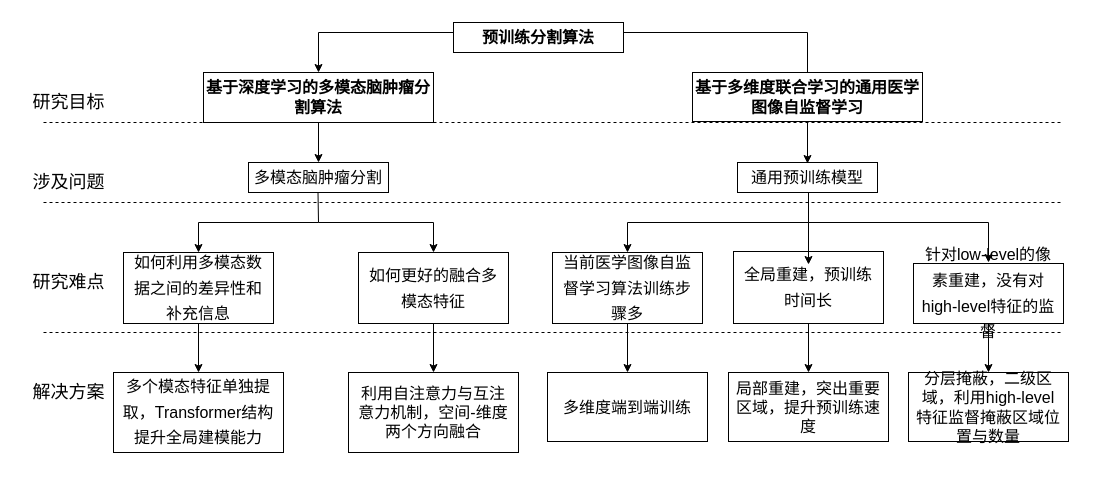
Before: Untitled Diagram.drawio in 920232796/test, a draw.io diagram. Source tidied: cells renumbered, new cells numbered last; positions are measured from the earlier drawing's top-left corner, leaving out a move shared by most shapes. Both pictures are drawn from the tidied source at 100%, with x=0, y=0 at pixel (23, 22).
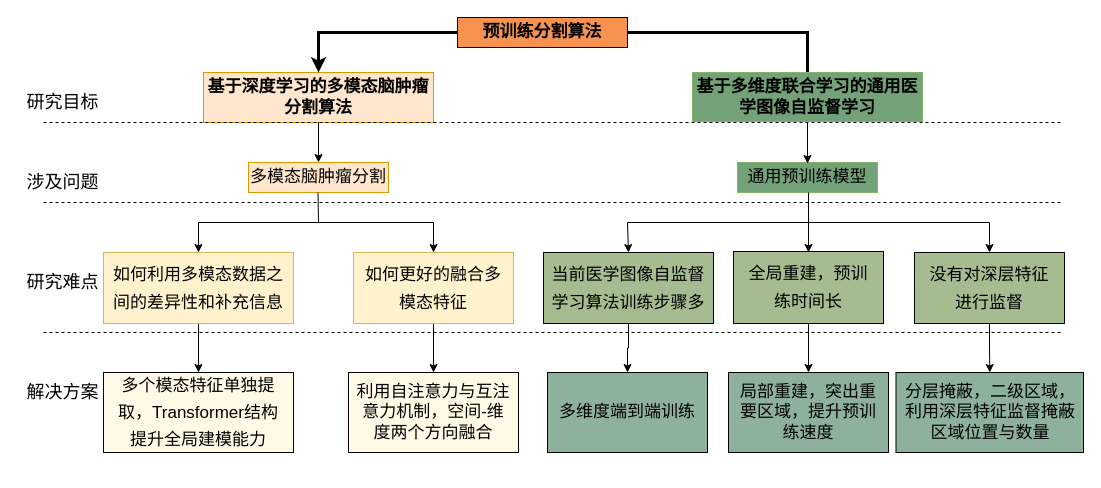
Above is the later version.

The edit, as a diff of the source:
```diff
@@
-    <mxCell id="2" value="&lt;b style=&quot;font-size: 16px;&quot;&gt;基于深度学习的多模态脑肿瘤分割算法&lt;/b&gt;" style="rounded=0;whiteSpace=wrap;html=1;fontSize=16;spacing=3;" parent="1" vertex="1">
+    <mxCell id="2" value="&lt;b style=&quot;font-size: 17px;&quot;&gt;基于深度学习的多模态脑肿瘤分割算法&lt;/b&gt;" style="rounded=0;whiteSpace=wrap;html=1;fontSize=17;spacing=3;fillColor=#ffe6cc;strokeColor=#d79b00;" parent="1" vertex="1">
       <mxGeometry x="180" y="50" width="230" height="50" as="geometry" />
     </mxCell>
-    <mxCell id="3" style="edgeStyle=orthogonalEdgeStyle;rounded=0;jettySize=auto;html=1;entryX=0.5;entryY=0;entryDx=0;entryDy=0;fontSize=16;" parent="1" edge="1" source="4" target="2">
+    <mxCell id="3" style="edgeStyle=orthogonalEdgeStyle;rounded=0;jettySize=auto;html=1;entryX=0.5;entryY=0;entryDx=0;entryDy=0;fontSize=17;strokeWidth=3;" parent="1" edge="1" source="4" target="2">
       <mxGeometry relative="1" as="geometry">
         <Array as="points">
           <mxPoint x="784" y="10" />
           <mxPoint x="295" y="10" />
         </Array>
       </mxGeometry>
     </mxCell>
-    <mxCell id="4" value="&lt;b style=&quot;font-size: 16px;&quot;&gt;基于多维度联合学习的通用医学图像自监督学习&lt;/b&gt;" style="rounded=0;whiteSpace=wrap;html=1;fontSize=16;spacing=3;" parent="1" vertex="1">
+    <mxCell id="4" value="&lt;b style=&quot;font-size: 17px;&quot;&gt;基于多维度联合学习的通用医学图像自监督学习&lt;/b&gt;" style="rounded=0;whiteSpace=wrap;html=1;fontSize=17;spacing=3;fillColor=#73A279;strokeColor=#82b366;" parent="1" vertex="1">
       <mxGeometry x="669" y="50" width="230" height="49" as="geometry" />
     </mxCell>
-    <mxCell id="5" style="endArrow=classic;html=1;rounded=0;fontSize=16;" parent="1" edge="1">
+    <mxCell id="5" style="endArrow=classic;html=1;rounded=0;fontSize=17;" parent="1" edge="1">
       <mxGeometry relative="1" as="geometry">
         <mxPoint x="295" y="100" as="sourcePoint" />
         <mxPoint x="295" y="140" as="targetPoint" />
       </mxGeometry>
     </mxCell>
-    <mxCell id="6" value="&lt;span style=&quot;font-size: 16px;&quot;&gt;多模态脑肿瘤分割&lt;/span&gt;" style="rounded=0;whiteSpace=wrap;html=1;fontSize=16;fontStyle=0;" parent="1" vertex="1">
+    <mxCell id="6" value="&lt;span style=&quot;font-size: 17px;&quot;&gt;多模态脑肿瘤分割&lt;/span&gt;" style="rounded=0;whiteSpace=wrap;html=1;fontSize=17;fontStyle=0;fillColor=#ffe6cc;strokeColor=#d79b00;" parent="1" vertex="1">
       <mxGeometry x="225" y="140" width="140" height="30" as="geometry" />
     </mxCell>
-    <mxCell id="7" value="&lt;span style=&quot;font-size: 16px;&quot;&gt;通用预训练模型&lt;/span&gt;" style="rounded=0;whiteSpace=wrap;html=1;fontSize=16;fontStyle=0;" parent="1" vertex="1">
+    <mxCell id="7" value="&lt;span style=&quot;font-size: 17px;&quot;&gt;通用预训练模型&lt;/span&gt;" style="rounded=0;whiteSpace=wrap;html=1;fontSize=17;fontStyle=0;fillColor=#73A279;strokeColor=#82b366;" parent="1" vertex="1">
       <mxGeometry x="714" y="140" width="140" height="30" as="geometry" />
     </mxCell>
-    <mxCell id="8" style="endArrow=classic;html=1;rounded=0;fontSize=16;" parent="1" edge="1">
+    <mxCell id="8" style="endArrow=classic;html=1;rounded=0;fontSize=17;" parent="1" edge="1">
       <mxGeometry relative="1" as="geometry">
         <mxPoint x="784" y="100" as="sourcePoint" />
         <mxPoint x="784" y="141" as="targetPoint" />
       </mxGeometry>
     </mxCell>
-    <mxCell id="9" style="endArrow=classic;html=1;rounded=0;fontSize=16;entryX=0.5;entryY=0;entryDx=0;entryDy=0;" parent="1" edge="1" target="11">
+    <mxCell id="9" style="endArrow=classic;html=1;rounded=0;fontSize=17;entryX=0.5;entryY=0;entryDx=0;entryDy=0;" parent="1" edge="1" target="11">
       <mxGeometry relative="1" as="geometry">
         <mxPoint x="294.5" y="170" as="sourcePoint" />
         <Array as="points">
           <mxPoint x="295" y="200" />
           <mxPoint x="175" y="200" />
         </Array>
       </mxGeometry>
     </mxCell>
-    <mxCell id="10" style="edgeStyle=orthogonalEdgeStyle;rounded=0;jettySize=auto;html=1;fontSize=16;fontColor=none;" parent="1" edge="1" source="11" target="24">
+    <mxCell id="10" style="edgeStyle=orthogonalEdgeStyle;rounded=0;jettySize=auto;html=1;fontSize=17;fontColor=none;" parent="1" edge="1" source="11" target="24">
       <mxGeometry relative="1" as="geometry" />
     </mxCell>
-    <mxCell id="11" value="&lt;span style=&quot;line-height: 1.6; font-size: 16px;&quot;&gt;如何利用多模态数据之间的差异性和补充信息&lt;/span&gt;" style="rounded=0;whiteSpace=wrap;html=1;spacingTop=0;spacing=9;fontSize=16;fontStyle=0;" parent="1" vertex="1">
-      <mxGeometry x="100" y="230" width="150" height="71" as="geometry" />
+    <mxCell id="11" value="&lt;span style=&quot;line-height: 1.6; font-size: 17px;&quot;&gt;如何利用多模态数据之间的差异性和补充信息&lt;/span&gt;" style="rounded=0;whiteSpace=wrap;html=1;spacingTop=0;spacing=9;fontSize=17;fontStyle=0;fillColor=#fff2cc;strokeColor=#d6b656;" parent="1" vertex="1">
+      <mxGeometry x="80" y="230" width="190" height="71" as="geometry" />
     </mxCell>
-    <mxCell id="12" style="edgeStyle=orthogonalEdgeStyle;rounded=0;jettySize=auto;html=1;fontSize=16;fontColor=none;" parent="1" edge="1" source="13" target="25">
+    <mxCell id="12" style="edgeStyle=orthogonalEdgeStyle;rounded=0;jettySize=auto;html=1;fontSize=17;fontColor=none;" parent="1" edge="1" source="13" target="25">
       <mxGeometry relative="1" as="geometry" />
     </mxCell>
-    <mxCell id="13" value="&lt;span style=&quot;line-height: 1.6; font-size: 16px;&quot;&gt;如何更好的融合多模态特征&lt;/span&gt;" style="rounded=0;whiteSpace=wrap;html=1;spacingTop=0;spacing=9;fontSize=16;fontStyle=0;" parent="1" vertex="1">
-      <mxGeometry x="335" y="230" width="150" height="71" as="geometry" />
+    <mxCell id="13" value="&lt;span style=&quot;line-height: 1.6; font-size: 17px;&quot;&gt;如何更好的融合多模态特征&lt;/span&gt;" style="rounded=0;whiteSpace=wrap;html=1;spacingTop=0;spacing=9;fontSize=17;fontStyle=0;fillColor=#fff2cc;strokeColor=#d6b656;" parent="1" vertex="1">
+      <mxGeometry x="330" y="230" width="160" height="71" as="geometry" />
     </mxCell>
-    <mxCell id="14" style="endArrow=classic;html=1;rounded=0;fontSize=16;entryX=0.5;entryY=0;entryDx=0;entryDy=0;" parent="1" edge="1" target="13">
+    <mxCell id="14" style="endArrow=classic;html=1;rounded=0;fontSize=17;entryX=0.5;entryY=0;entryDx=0;entryDy=0;" parent="1" edge="1" target="13">
       <mxGeometry relative="1" as="geometry">
         <mxPoint x="295" y="200" as="sourcePoint" />
         <Array as="points">
           <mxPoint x="410" y="200" />
         </Array>
       </mxGeometry>
     </mxCell>
-    <mxCell id="15" style="endArrow=classic;html=1;rounded=0;fontSize=16;entryX=0.5;entryY=0;entryDx=0;entryDy=0;" parent="1" edge="1" target="17">
+    <mxCell id="15" style="endArrow=classic;html=1;rounded=0;fontSize=17;entryX=0.5;entryY=0;entryDx=0;entryDy=0;" parent="1" edge="1" target="17">
       <mxGeometry relative="1" as="geometry">
         <mxPoint x="785" y="170" as="sourcePoint" />
         <Array as="points">
           <mxPoint x="785" y="200" />
           <mxPoint x="604" y="200" />
         </Array>
       </mxGeometry>
     </mxCell>
-    <mxCell id="16" style="edgeStyle=orthogonalEdgeStyle;rounded=0;jettySize=auto;html=1;fontSize=16;fontColor=none;" parent="1" edge="1" source="17" target="26">
+    <mxCell id="16" style="edgeStyle=orthogonalEdgeStyle;rounded=0;jettySize=auto;html=1;fontSize=17;fontColor=none;" parent="1" edge="1" source="17" target="26">
       <mxGeometry relative="1" as="geometry" />
     </mxCell>
-    <mxCell id="17" value="&lt;span style=&quot;line-height: 1.6; font-size: 16px;&quot;&gt;当前医学图像自监督学习算法训练步骤多&lt;/span&gt;" style="rounded=0;whiteSpace=wrap;html=1;spacingTop=0;spacing=9;fontSize=16;fontStyle=0;" parent="1" vertex="1">
-      <mxGeometry x="529" y="230" width="150" height="71" as="geometry" />
+    <mxCell id="17" value="&lt;span style=&quot;line-height: 1.6; font-size: 17px;&quot;&gt;当前医学图像自监督学习算法训练步骤多&lt;/span&gt;" style="rounded=0;whiteSpace=wrap;html=1;spacingTop=0;spacing=9;fontSize=17;fontStyle=0;fillColor=#A4BC8F;" parent="1" vertex="1">
+      <mxGeometry x="520" y="230" width="170" height="71" as="geometry" />
     </mxCell>
-    <mxCell id="18" style="edgeStyle=orthogonalEdgeStyle;rounded=0;jettySize=auto;html=1;fontSize=16;fontColor=none;" parent="1" edge="1" source="19" target="28">
+    <mxCell id="18" style="edgeStyle=orthogonalEdgeStyle;rounded=0;jettySize=auto;html=1;fontSize=17;fontColor=none;" parent="1" edge="1" source="19" target="28">
       <mxGeometry relative="1" as="geometry" />
     </mxCell>
-    <mxCell id="19" value="&lt;span style=&quot;line-height: 1.6; font-size: 16px;&quot;&gt;针对low-level的像素重建，没有对high-level特征的监督&lt;/span&gt;" style="rounded=0;whiteSpace=wrap;html=1;spacingTop=0;spacing=9;fontSize=16;fontStyle=0;" parent="1" vertex="1">
-      <mxGeometry x="890" y="241" width="150" height="60" as="geometry" />
+    <mxCell id="19" value="&lt;span style=&quot;line-height: 1.6; font-size: 17px;&quot;&gt;没有对深层特征进行监督&lt;/span&gt;" style="rounded=0;whiteSpace=wrap;html=1;spacingTop=0;spacing=9;fontSize=17;fontStyle=0;fillColor=#A4BC8F;" parent="1" vertex="1">
+      <mxGeometry x="891" y="230" width="150" height="71" as="geometry" />
     </mxCell>
-    <mxCell id="20" style="endArrow=classic;html=1;rounded=0;fontSize=16;" parent="1" edge="1">
+    <mxCell id="20" style="endArrow=classic;html=1;rounded=0;fontSize=17;entryX=0.5;entryY=0;entryDx=0;entryDy=0;" parent="1" edge="1" target="19">
       <mxGeometry relative="1" as="geometry">
         <mxPoint x="785" y="200" as="sourcePoint" />
-        <mxPoint x="965" y="240" as="targetPoint" />
         <Array as="points">
-          <mxPoint x="965" y="200" />
+          <mxPoint x="966" y="200" />
         </Array>
       </mxGeometry>
     </mxCell>
-    <mxCell id="21" style="edgeStyle=orthogonalEdgeStyle;rounded=0;jettySize=auto;html=1;fontSize=16;fontColor=none;" parent="1" edge="1" source="22" target="27">
+    <mxCell id="21" style="edgeStyle=orthogonalEdgeStyle;rounded=0;jettySize=auto;html=1;fontSize=17;fontColor=none;" parent="1" edge="1" source="22" target="27">
       <mxGeometry relative="1" as="geometry" />
     </mxCell>
-    <mxCell id="22" value="&lt;span style=&quot;line-height: 1.6; font-size: 16px;&quot;&gt;全局重建，预训练时间长&lt;/span&gt;" style="rounded=0;whiteSpace=wrap;html=1;spacingTop=0;spacing=9;fontSize=16;fontStyle=0;" parent="1" vertex="1">
+    <mxCell id="22" value="&lt;span style=&quot;line-height: 1.6; font-size: 17px;&quot;&gt;全局重建，预训练时间长&lt;/span&gt;" style="rounded=0;whiteSpace=wrap;html=1;spacingTop=0;spacing=9;fontSize=17;fontStyle=0;fillColor=#A4BC8F;" parent="1" vertex="1">
       <mxGeometry x="710" y="229" width="150" height="72" as="geometry" />
     </mxCell>
-    <mxCell id="23" style="endArrow=classic;html=1;rounded=0;fontSize=16;" parent="1" edge="1">
+    <mxCell id="23" style="endArrow=classic;html=1;rounded=0;fontSize=17;" parent="1" edge="1">
       <mxGeometry relative="1" as="geometry">
         <mxPoint x="785" y="200" as="sourcePoint" />
-        <mxPoint x="785" y="242" as="targetPoint" />
+        <mxPoint x="785" y="230" as="targetPoint" />
       </mxGeometry>
     </mxCell>
-    <mxCell id="24" value="&lt;p style=&quot;line-height: 1.6; font-size: 16px;&quot;&gt;多个模态特征单独提取，Transformer结构提升全局建模能力&lt;/p&gt;" style="whiteSpace=wrap;html=1;fontSize=16;rounded=0;spacingTop=0;spacing=9;fontStyle=0;" parent="1" vertex="1">
-      <mxGeometry x="90" y="350" width="170" height="80" as="geometry" />
+    <mxCell id="24" value="&lt;p style=&quot;line-height: 1.6; font-size: 17px;&quot;&gt;多个模态特征单独提取，Transformer结构提升全局建模能力&lt;/p&gt;" style="whiteSpace=wrap;html=1;fontSize=17;rounded=0;spacingTop=0;spacing=9;fontStyle=0;fillColor=#FFF9E6;" parent="1" vertex="1">
+      <mxGeometry x="80" y="350" width="190" height="80" as="geometry" />
     </mxCell>
-    <mxCell id="25" value="利用自注意力与互注意力机制，空间-维度两个方向融合" style="whiteSpace=wrap;html=1;fontSize=16;rounded=0;spacingTop=0;spacing=9;fontStyle=0;" parent="1" vertex="1">
+    <mxCell id="25" value="利用自注意力与互注意力机制，空间-维度两个方向融合" style="whiteSpace=wrap;html=1;fontSize=17;rounded=0;spacingTop=0;spacing=9;fontStyle=0;fillColor=#FFF9E6;" parent="1" vertex="1">
       <mxGeometry x="325" y="350" width="170" height="80" as="geometry" />
     </mxCell>
-    <mxCell id="26" value="多维度端到端训练" style="whiteSpace=wrap;html=1;fontSize=16;rounded=0;spacingTop=0;spacing=9;fontStyle=0;" parent="1" vertex="1">
-      <mxGeometry x="524" y="350" width="160" height="69" as="geometry" />
+    <mxCell id="26" value="多维度端到端训练" style="whiteSpace=wrap;html=1;fontSize=17;rounded=0;spacingTop=0;spacing=9;fontStyle=0;fillColor=#8EB19C;" parent="1" vertex="1">
+      <mxGeometry x="524" y="350" width="160" height="80" as="geometry" />
     </mxCell>
-    <mxCell id="27" value="局部重建，突出重要区域，提升预训练速度" style="whiteSpace=wrap;html=1;fontSize=16;rounded=0;spacingTop=0;spacing=9;fontStyle=0;" parent="1" vertex="1">
-      <mxGeometry x="705" y="350" width="160" height="69" as="geometry" />
+    <mxCell id="27" value="局部重建，突出重要区域，提升预训练速度" style="whiteSpace=wrap;html=1;fontSize=17;rounded=0;spacingTop=0;spacing=9;fontStyle=0;fillColor=#8EB19C;" parent="1" vertex="1">
+      <mxGeometry x="705" y="350" width="160" height="80" as="geometry" />
     </mxCell>
-    <mxCell id="28" value="分层掩蔽，二级区域，利用high-level特征监督掩蔽区域位置与数量" style="whiteSpace=wrap;html=1;fontSize=16;rounded=0;spacingTop=0;spacing=9;fontStyle=0;" parent="1" vertex="1">
-      <mxGeometry x="885" y="350" width="160" height="69" as="geometry" />
+    <mxCell id="28" value="分层掩蔽，二级区域，利用深层特征监督掩蔽区域位置与数量" style="whiteSpace=wrap;html=1;fontSize=17;rounded=0;spacingTop=0;spacing=9;fontStyle=0;fillColor=#8EB19C;" parent="1" vertex="1">
+      <mxGeometry x="872.5" y="350" width="187.5" height="80" as="geometry" />
     </mxCell>
@@
     <mxCell id="32" value="&lt;font style=&quot;font-size: 18px&quot;&gt;研究目标&lt;/font&gt;" style="text;html=1;align=center;verticalAlign=middle;strokeColor=none;fillColor=none;fontSize=13;fontColor=none;" parent="1" vertex="1">
-      <mxGeometry y="70" width="90" height="20" as="geometry" />
+      <mxGeometry x="-6" y="70" width="90" height="20" as="geometry" />
     </mxCell>
     <mxCell id="33" value="&lt;font style=&quot;font-size: 18px&quot;&gt;涉及问题&lt;/font&gt;" style="text;html=1;align=center;verticalAlign=middle;strokeColor=none;fillColor=none;fontSize=13;fontColor=none;" parent="1" vertex="1">
-      <mxGeometry y="150" width="90" height="20" as="geometry" />
+      <mxGeometry x="-6" y="150" width="90" height="20" as="geometry" />
     </mxCell>
     <mxCell id="34" value="&lt;font style=&quot;font-size: 18px&quot;&gt;研究难点&lt;/font&gt;" style="text;html=1;align=center;verticalAlign=middle;strokeColor=none;fillColor=none;fontSize=13;fontColor=none;" parent="1" vertex="1">
-      <mxGeometry y="250" width="90" height="20" as="geometry" />
+      <mxGeometry x="-6" y="250" width="90" height="20" as="geometry" />
     </mxCell>
     <mxCell id="35" value="&lt;font style=&quot;font-size: 18px&quot;&gt;解决方案&lt;/font&gt;" style="text;html=1;align=center;verticalAlign=middle;strokeColor=none;fillColor=none;fontSize=13;fontColor=none;" parent="1" vertex="1">
-      <mxGeometry y="360" width="90" height="20" as="geometry" />
+      <mxGeometry x="-6" y="360" width="90" height="20" as="geometry" />
     </mxCell>
-    <mxCell id="36" value="&lt;b style=&quot;font-size: 16px;&quot;&gt;预训练分割算法&lt;/b&gt;" style="rounded=0;whiteSpace=wrap;html=1;fontSize=16;" parent="1" vertex="1">
-      <mxGeometry x="430" width="170" height="30" as="geometry" />
+    <mxCell id="36" value="&lt;b style=&quot;font-size: 17px;&quot;&gt;预训练分割算法&lt;/b&gt;" style="rounded=0;whiteSpace=wrap;html=1;fontSize=17;fillColor=#F79250;" parent="1" vertex="1">
+      <mxGeometry x="434" y="-5" width="170" height="30" as="geometry" />
     </mxCell>
```
